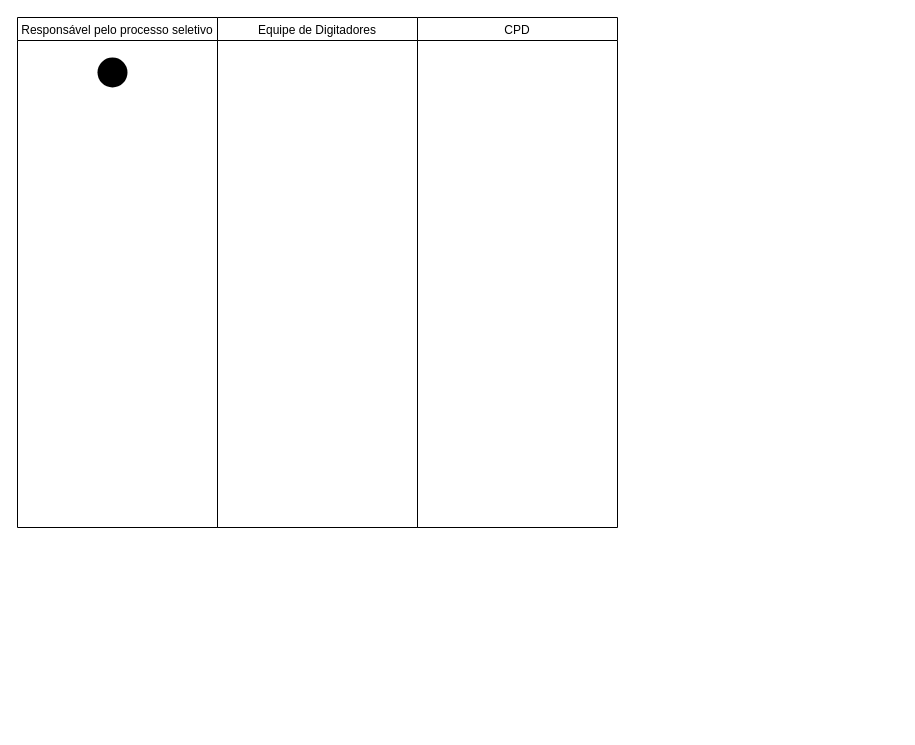
The draw.io diagram Analise de Sistemas/diagramaatividade.drawio in owlprog-glitch/spiritpro, before the edit. Source tidied: cells renumbered, new cells numbered last; positions are measured from the earlier drawing's top-left corner, leaving out a move shared by most shapes. Both pictures are drawn from the tidied source at 100%, with x=0, y=0 at pixel (17, 17).
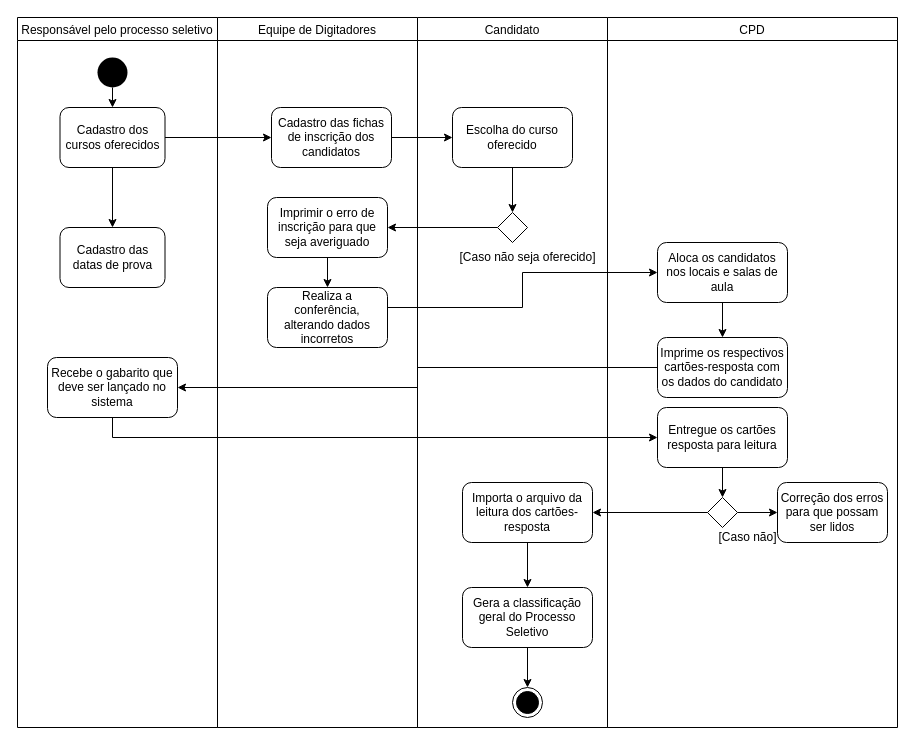
The same diagram, later.

The change refers to these unchanged cells:
```xml
<mxCell id="4" style="ellipse;fillColor=#000000;strokeColor=none;" parent="3" vertex="1">
  <mxGeometry x="80" y="40" width="30" height="30" as="geometry" />
</mxCell>
```

Diff of the diagram source:
```diff
@@
     <mxCell id="2" value="Equipe de Digitadores" style="swimlane;fontStyle=0;" parent="1" vertex="1">
-      <mxGeometry x="200" width="200" height="510" as="geometry" />
+      <mxGeometry x="200" width="200" height="710" as="geometry" />
     </mxCell>
+    <mxCell id="6" value="Cadastro das fichas de inscrição dos candidatos" style="rounded=1;whiteSpace=wrap;html=1;" parent="2" vertex="1">
+      <mxGeometry x="54" y="90" width="120" height="60" as="geometry" />
+    </mxCell>
+    <mxCell id="7" style="edgeStyle=orthogonalEdgeStyle;rounded=0;jettySize=auto;html=1;" parent="2" edge="1" source="8" target="9">
+      <mxGeometry relative="1" as="geometry" />
+    </mxCell>
+    <mxCell id="8" value="Imprimir o erro de inscrição para que seja averiguado" style="rounded=1;whiteSpace=wrap;html=1;" parent="2" vertex="1">
+      <mxGeometry x="50" y="180" width="120" height="60" as="geometry" />
+    </mxCell>
+    <mxCell id="9" value="Realiza a conferência, alterando dados incorretos" style="rounded=1;whiteSpace=wrap;html=1;" parent="2" vertex="1">
+      <mxGeometry x="50" y="270" width="120" height="60" as="geometry" />
+    </mxCell>
     <mxCell id="3" value="Responsável pelo processo seletivo" style="swimlane;fontStyle=0;" parent="1" vertex="1">
-      <mxGeometry width="200" height="510" as="geometry" />
+      <mxGeometry width="200" height="710" as="geometry" />
     </mxCell>
+    <mxCell id="10" style="edgeStyle=orthogonalEdgeStyle;rounded=0;jettySize=auto;html=1;exitX=0.5;exitY=1;exitDx=0;exitDy=0;entryX=0.5;entryY=0;entryDx=0;entryDy=0;" parent="3" edge="1" source="4" target="12">
+      <mxGeometry relative="1" as="geometry" />
+    </mxCell>
@@
+    <mxCell id="11" style="edgeStyle=orthogonalEdgeStyle;rounded=0;jettySize=auto;html=1;exitX=0.5;exitY=1;exitDx=0;exitDy=0;entryX=0.5;entryY=0;entryDx=0;entryDy=0;" parent="3" edge="1" source="12" target="13">
+      <mxGeometry relative="1" as="geometry" />
+    </mxCell>
+    <mxCell id="12" value="&lt;div&gt;Cadastro dos cursos oferecidos&lt;br&gt;&lt;/div&gt;" style="rounded=1;whiteSpace=wrap;html=1;" parent="3" vertex="1">
+      <mxGeometry x="42.5" y="90" width="105" height="60" as="geometry" />
+    </mxCell>
+    <mxCell id="13" value="&lt;div&gt;Cadastro das datas de prova&lt;br&gt;&lt;/div&gt;" style="rounded=1;whiteSpace=wrap;html=1;" parent="3" vertex="1">
+      <mxGeometry x="42.5" y="210" width="105" height="60" as="geometry" />
+    </mxCell>
+    <mxCell id="14" value="Recebe o gabarito que deve ser lançado no sistema" style="rounded=1;whiteSpace=wrap;html=1;" parent="3" vertex="1">
+      <mxGeometry x="30" y="340" width="130" height="60" as="geometry" />
+    </mxCell>
     <mxCell id="5" value="CPD" style="swimlane;fontStyle=0;" parent="1" vertex="1">
-      <mxGeometry x="400" width="200" height="510" as="geometry" />
+      <mxGeometry x="590" width="290" height="710" as="geometry" />
     </mxCell>
+    <mxCell id="15" style="edgeStyle=orthogonalEdgeStyle;rounded=0;jettySize=auto;html=1;exitX=0.5;exitY=1;exitDx=0;exitDy=0;entryX=0.5;entryY=0;entryDx=0;entryDy=0;" parent="5" edge="1" source="16" target="17">
+      <mxGeometry relative="1" as="geometry" />
+    </mxCell>
+    <mxCell id="16" value="Aloca os candidatos nos locais e salas de aula" style="rounded=1;whiteSpace=wrap;html=1;" parent="5" vertex="1">
+      <mxGeometry x="50" y="225" width="130" height="60" as="geometry" />
+    </mxCell>
+    <mxCell id="17" value="Imprime os respectivos cartões-resposta com os dados do candidato" style="rounded=1;whiteSpace=wrap;html=1;" parent="5" vertex="1">
+      <mxGeometry x="50" y="320" width="130" height="60" as="geometry" />
+    </mxCell>
+    <mxCell id="18" style="edgeStyle=orthogonalEdgeStyle;rounded=0;jettySize=auto;html=1;entryX=0.5;entryY=0;entryDx=0;entryDy=0;" parent="5" edge="1" source="19" target="21">
+      <mxGeometry relative="1" as="geometry" />
+    </mxCell>
+    <mxCell id="19" value="Entregue os cartões resposta para leitura" style="rounded=1;whiteSpace=wrap;html=1;" parent="5" vertex="1">
+      <mxGeometry x="50" y="390" width="130" height="60" as="geometry" />
+    </mxCell>
+    <mxCell id="20" style="edgeStyle=orthogonalEdgeStyle;rounded=0;jettySize=auto;html=1;exitX=1;exitY=0.5;exitDx=0;exitDy=0;entryX=0;entryY=0.5;entryDx=0;entryDy=0;" parent="5" edge="1" source="21" target="22">
+      <mxGeometry relative="1" as="geometry" />
+    </mxCell>
+    <mxCell id="21" style="rhombus;" parent="5" vertex="1">
+      <mxGeometry x="100" y="480" width="30" height="30" as="geometry" />
+    </mxCell>
+    <mxCell id="22" value="Correção dos erros para que possam ser lidos" style="rounded=1;whiteSpace=wrap;html=1;" parent="5" vertex="1">
+      <mxGeometry x="170" y="465" width="110" height="60" as="geometry" />
+    </mxCell>
+    <mxCell id="23" value="[Caso não]" style="text;html=1;align=center;verticalAlign=middle;" parent="5" vertex="1">
+      <mxGeometry x="100" y="510" width="80" height="20" as="geometry" />
+    </mxCell>
+    <mxCell id="24" value="Candidato" style="swimlane;fontStyle=0;" parent="1" vertex="1">
+      <mxGeometry x="400" width="190" height="710" as="geometry" />
+    </mxCell>
+    <mxCell id="25" style="edgeStyle=orthogonalEdgeStyle;rounded=0;jettySize=auto;html=1;entryX=0.5;entryY=0;entryDx=0;entryDy=0;" parent="24" edge="1" source="26" target="27">
+      <mxGeometry relative="1" as="geometry" />
+    </mxCell>
+    <mxCell id="26" value="Escolha do curso oferecido" style="rounded=1;whiteSpace=wrap;html=1;" parent="24" vertex="1">
+      <mxGeometry x="35" y="90" width="120" height="60" as="geometry" />
+    </mxCell>
+    <mxCell id="27" style="rhombus;" parent="24" vertex="1">
+      <mxGeometry x="80" y="195" width="30" height="30" as="geometry" />
+    </mxCell>
+    <mxCell id="28" value="[Caso não seja oferecido]" style="text;html=1;align=center;verticalAlign=middle;" parent="24" vertex="1">
+      <mxGeometry x="35" y="230" width="150" height="20" as="geometry" />
+    </mxCell>
+    <mxCell id="29" style="edgeStyle=orthogonalEdgeStyle;rounded=0;jettySize=auto;html=1;exitX=0.5;exitY=1;exitDx=0;exitDy=0;entryX=0.5;entryY=0;entryDx=0;entryDy=0;" parent="24" edge="1" source="30" target="32">
+      <mxGeometry relative="1" as="geometry" />
+    </mxCell>
+    <mxCell id="30" value="Importa o arquivo da leitura dos cartões-resposta" style="rounded=1;whiteSpace=wrap;html=1;" parent="24" vertex="1">
+      <mxGeometry x="45" y="465" width="130" height="60" as="geometry" />
+    </mxCell>
+    <mxCell id="31" style="edgeStyle=orthogonalEdgeStyle;rounded=0;jettySize=auto;html=1;exitX=0.5;exitY=1;exitDx=0;exitDy=0;entryX=0.5;entryY=0;entryDx=0;entryDy=0;" parent="24" edge="1" source="32" target="33">
+      <mxGeometry relative="1" as="geometry" />
+    </mxCell>
+    <mxCell id="32" value="Gera a classificação geral do Processo Seletivo" style="rounded=1;whiteSpace=wrap;html=1;" parent="24" vertex="1">
+      <mxGeometry x="45" y="570" width="130" height="60" as="geometry" />
+    </mxCell>
+    <mxCell id="33" style="ellipse;html=1;shape=endState;fillColor=#000000;strokeColor=#000000;" parent="24" vertex="1">
+      <mxGeometry x="95" y="670" width="30" height="30" as="geometry" />
+    </mxCell>
+    <mxCell id="34" style="edgeStyle=orthogonalEdgeStyle;rounded=0;jettySize=auto;html=1;exitX=1;exitY=0.5;exitDx=0;exitDy=0;" parent="1" edge="1" source="12" target="6">
+      <mxGeometry relative="1" as="geometry" />
+    </mxCell>
+    <mxCell id="35" style="edgeStyle=orthogonalEdgeStyle;rounded=0;jettySize=auto;html=1;exitX=1;exitY=0.5;exitDx=0;exitDy=0;entryX=0;entryY=0.5;entryDx=0;entryDy=0;" parent="1" edge="1" source="6" target="26">
+      <mxGeometry relative="1" as="geometry" />
+    </mxCell>
+    <mxCell id="36" style="edgeStyle=orthogonalEdgeStyle;rounded=0;jettySize=auto;html=1;exitX=1;exitY=0.5;exitDx=0;exitDy=0;" parent="1" edge="1" source="9" target="16">
+      <mxGeometry relative="1" as="geometry">
+        <Array as="points">
+          <mxPoint x="370" y="290" />
+          <mxPoint x="505" y="290" />
+          <mxPoint x="505" y="255" />
+        </Array>
+      </mxGeometry>
+    </mxCell>
+    <mxCell id="37" style="edgeStyle=orthogonalEdgeStyle;rounded=0;jettySize=auto;html=1;entryX=1;entryY=0.5;entryDx=0;entryDy=0;" parent="1" edge="1" source="27" target="8">
+      <mxGeometry relative="1" as="geometry" />
+    </mxCell>
+    <mxCell id="38" style="edgeStyle=orthogonalEdgeStyle;rounded=0;jettySize=auto;html=1;" parent="1" edge="1" source="17" target="14">
+      <mxGeometry relative="1" as="geometry" />
+    </mxCell>
+    <mxCell id="39" style="edgeStyle=orthogonalEdgeStyle;rounded=0;jettySize=auto;html=1;exitX=0.5;exitY=1;exitDx=0;exitDy=0;entryX=0;entryY=0.5;entryDx=0;entryDy=0;" parent="1" edge="1" source="14" target="19">
+      <mxGeometry relative="1" as="geometry" />
+    </mxCell>
+    <mxCell id="40" style="edgeStyle=orthogonalEdgeStyle;rounded=0;jettySize=auto;html=1;entryX=1;entryY=0.5;entryDx=0;entryDy=0;" parent="1" edge="1" source="21" target="30">
+      <mxGeometry relative="1" as="geometry" />
+    </mxCell>
```
